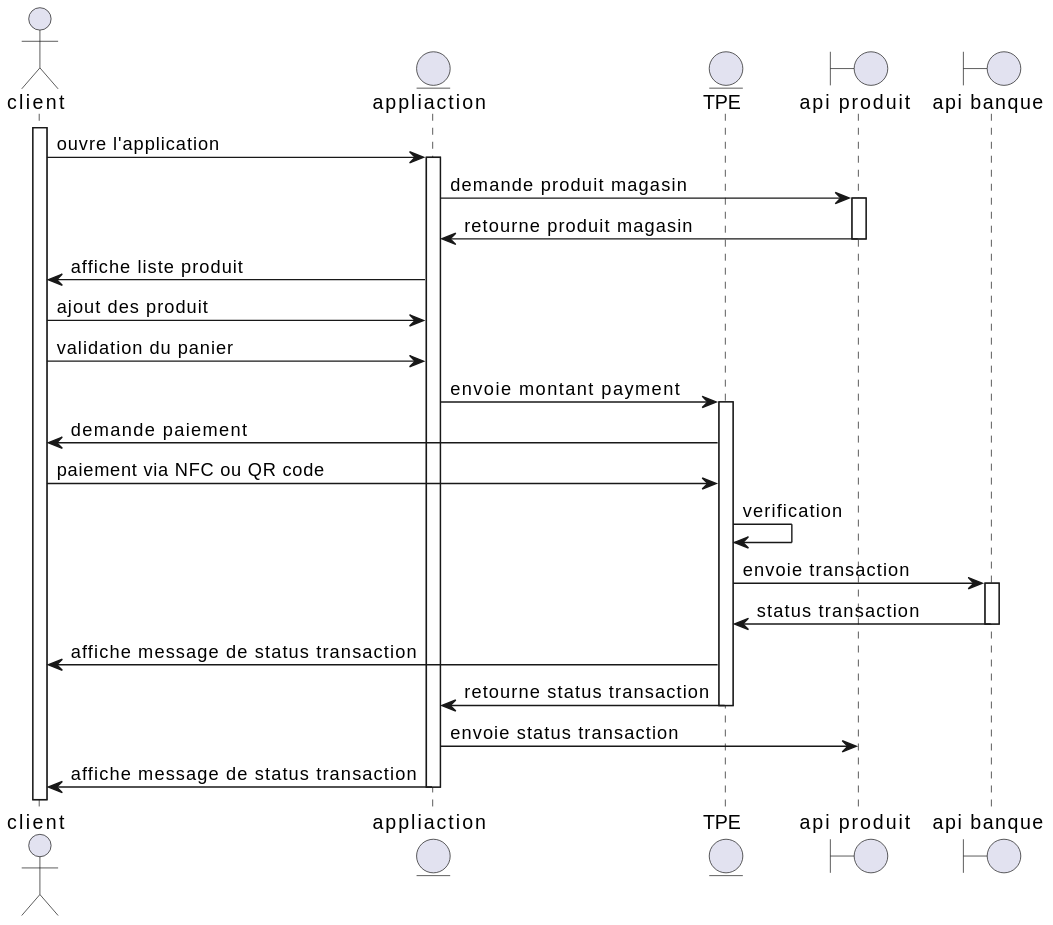
This is diagram/sequence.svg from Msc1-NAN24/T-DEV-700, a PlantUML export, as it was before one commit.
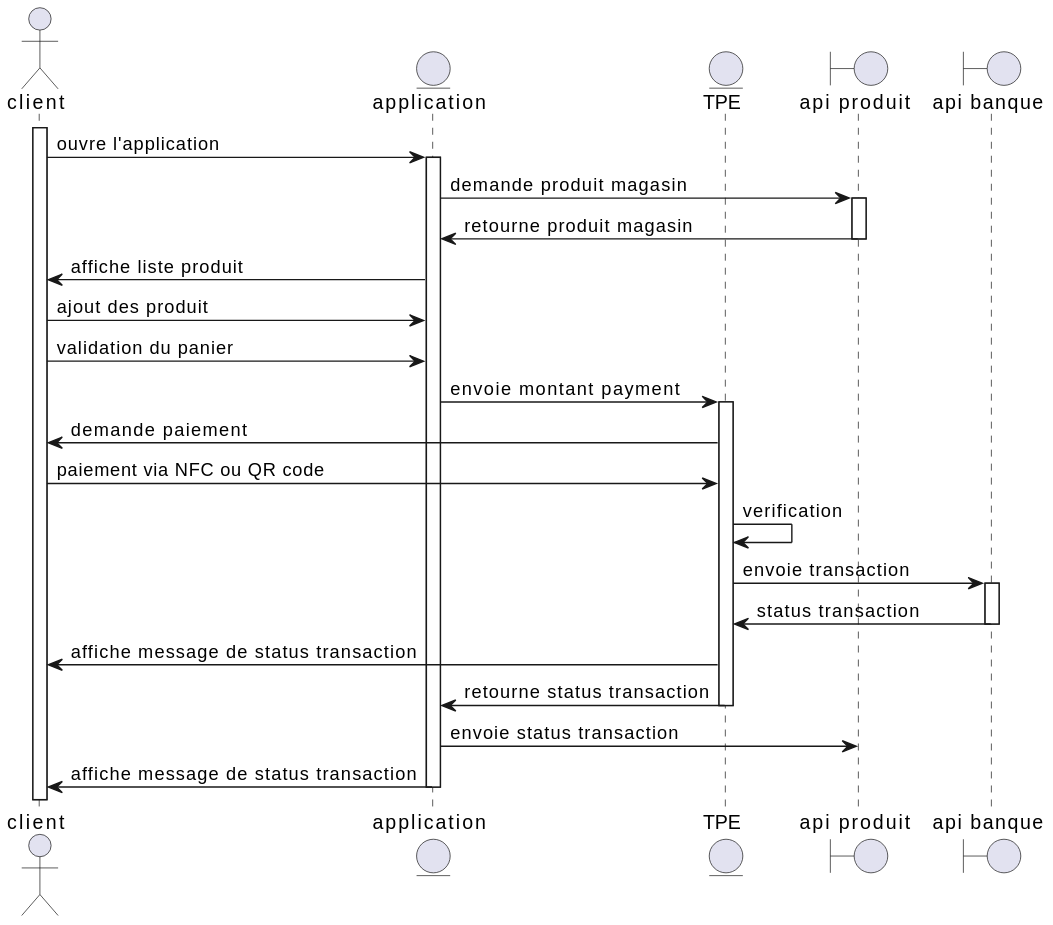
The same file after the commit.

Diff of the diagram source:
```diff
@@ -1,6 +1,6 @@
 @startuml
 actor client as cli
-entity appliaction as app
+entity application as app
 entity TPE as tpe
 
 boundary "api produit" as apip
```
